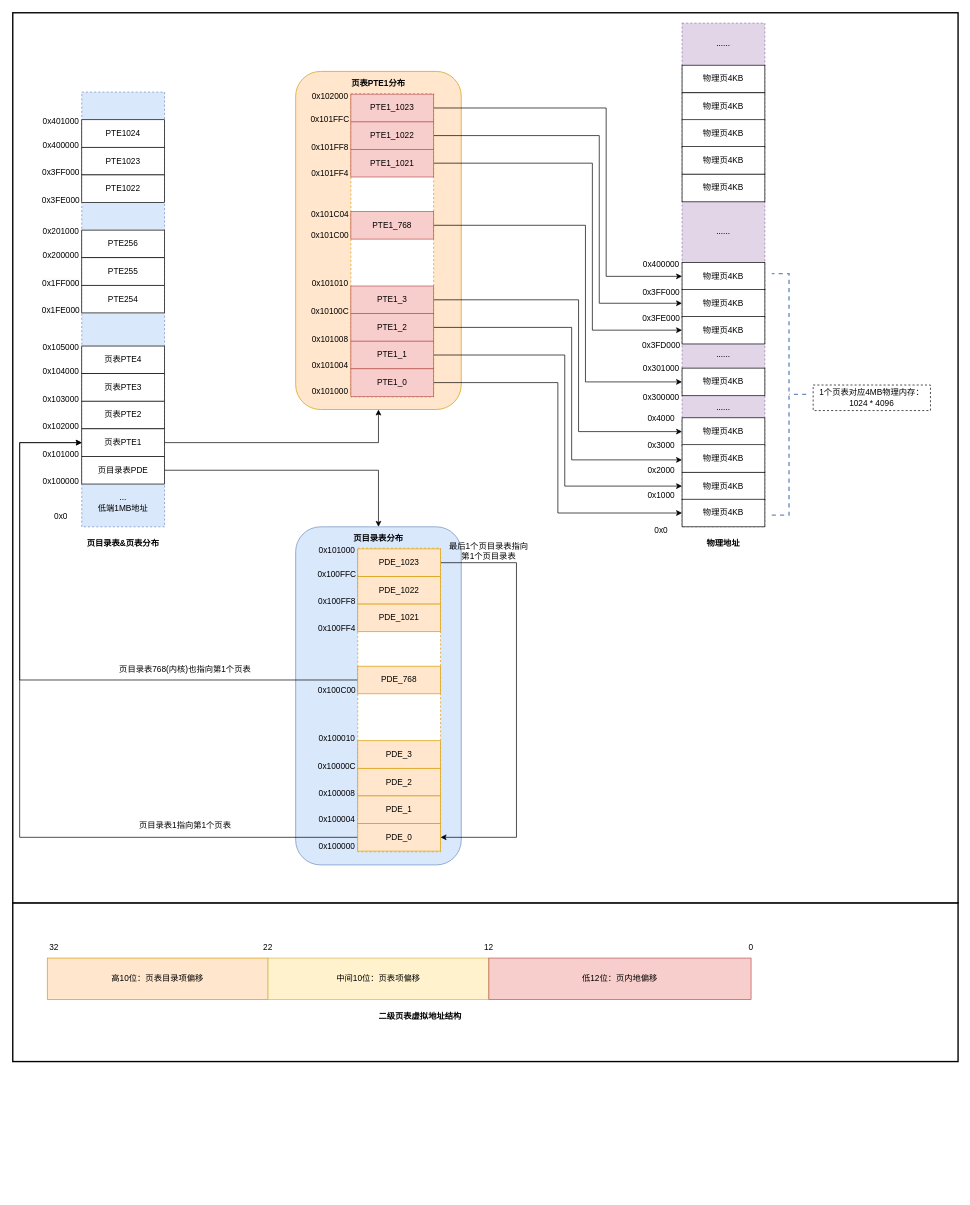
Atuboaabu/MyOS keeps this draw.io diagram as page "页表" (1 of 2) of 附录/操作系统.drawio. Above is the earlier version. Source tidied: cells renumbered, new cells numbered last; positions are measured from the earlier drawing's top-left corner, leaving out a move shared by most shapes. Both pictures are drawn from the tidied source at 69%, with x=0, y=0 at pixel (12, 12).
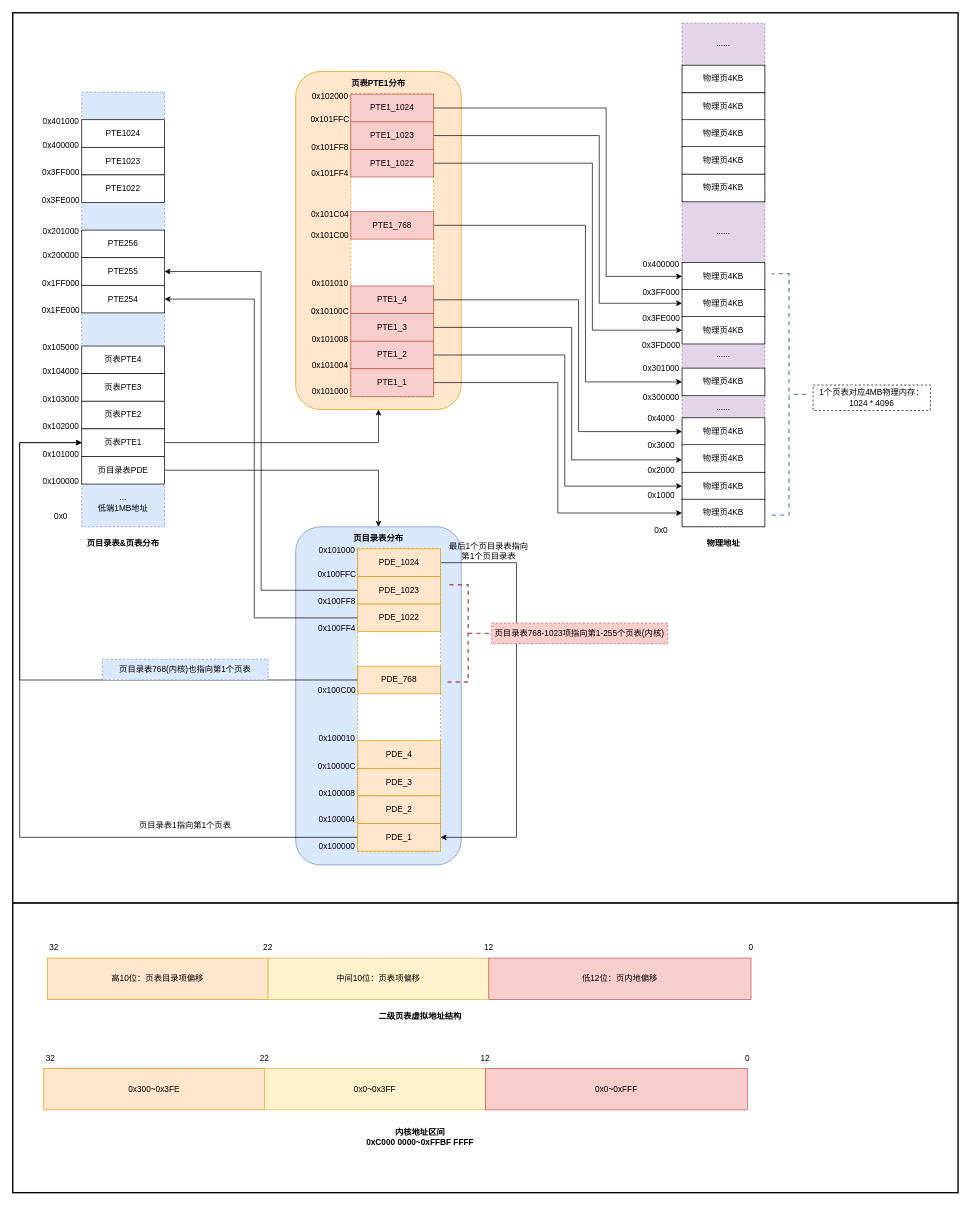
The same page after the edit.

Unchanged cells that the change refers to:
```xml
<mxCell id="12" value="PTE255" style="rounded=0;whiteSpace=wrap;html=1;shadow=0;" parent="1" vertex="1">
  <mxGeometry x="100" y="355" width="120" height="40" as="geometry" />
</mxCell>
<mxCell id="13" value="PTE254" style="rounded=0;whiteSpace=wrap;html=1;shadow=0;" parent="1" vertex="1">
  <mxGeometry x="100" y="395" width="120" height="40" as="geometry" />
</mxCell>
```

The edit, as a diff of the source:
```diff
@@
     <mxCell id="2" style="rounded=0;whiteSpace=wrap;html=1;strokeWidth=2;" parent="1" vertex="1">
-      <mxGeometry y="1290" width="1370" height="230" as="geometry" />
+      <mxGeometry y="1290" width="1370" height="420" as="geometry" />
     </mxCell>
@@
+    <mxCell id="132" style="edgeStyle=orthogonalEdgeStyle;rounded=0;jettySize=auto;html=1;entryX=1;entryY=0.5;entryDx=0;entryDy=0;" parent="1" edge="1" source="35" target="12">
+      <mxGeometry relative="1" as="geometry" />
+    </mxCell>
-    <mxCell id="35" value="PDE_1022" style="rounded=0;whiteSpace=wrap;html=1;shadow=0;fillColor=#ffe6cc;strokeColor=#d79b00;" parent="1" vertex="1">
+    <mxCell id="35" value="PDE_1023" style="rounded=0;whiteSpace=wrap;html=1;shadow=0;fillColor=#ffe6cc;strokeColor=#d79b00;" parent="1" vertex="1">
       <mxGeometry x="500" y="817" width="120" height="40" as="geometry" />
     </mxCell>
@@
-    <mxCell id="37" value="PDE_1023" style="rounded=0;whiteSpace=wrap;html=1;shadow=0;fillColor=#ffe6cc;strokeColor=#d79b00;" parent="1" vertex="1">
+    <mxCell id="37" value="PDE_1024" style="rounded=0;whiteSpace=wrap;html=1;shadow=0;fillColor=#ffe6cc;strokeColor=#d79b00;" parent="1" vertex="1">
       <mxGeometry x="500" y="777" width="120" height="40" as="geometry" />
     </mxCell>
+    <mxCell id="133" style="edgeStyle=orthogonalEdgeStyle;rounded=0;jettySize=auto;html=1;entryX=1;entryY=0.5;entryDx=0;entryDy=0;" parent="1" edge="1" source="38" target="13">
+      <mxGeometry relative="1" as="geometry">
+        <Array as="points">
+          <mxPoint x="350" y="877" />
+          <mxPoint x="350" y="415" />
+        </Array>
+      </mxGeometry>
+    </mxCell>
-    <mxCell id="38" value="PDE_1021" style="rounded=0;whiteSpace=wrap;html=1;shadow=0;fillColor=#ffe6cc;strokeColor=#d79b00;" parent="1" vertex="1">
+    <mxCell id="38" value="PDE_1022" style="rounded=0;whiteSpace=wrap;html=1;shadow=0;fillColor=#ffe6cc;strokeColor=#d79b00;" parent="1" vertex="1">
       <mxGeometry x="500" y="857" width="120" height="40" as="geometry" />
     </mxCell>
@@
-    <mxCell id="41" value="PDE_3" style="rounded=0;whiteSpace=wrap;html=1;shadow=0;fillColor=#ffe6cc;strokeColor=#d79b00;" parent="1" vertex="1">
+    <mxCell id="41" value="PDE_4" style="rounded=0;whiteSpace=wrap;html=1;shadow=0;fillColor=#ffe6cc;strokeColor=#d79b00;" parent="1" vertex="1">
       <mxGeometry x="500" y="1055" width="120" height="40" as="geometry" />
     </mxCell>
-    <mxCell id="42" value="PDE_2" style="rounded=0;whiteSpace=wrap;html=1;shadow=0;fillColor=#ffe6cc;strokeColor=#d79b00;" parent="1" vertex="1">
+    <mxCell id="42" value="PDE_3" style="rounded=0;whiteSpace=wrap;html=1;shadow=0;fillColor=#ffe6cc;strokeColor=#d79b00;" parent="1" vertex="1">
       <mxGeometry x="500" y="1095" width="120" height="40" as="geometry" />
     </mxCell>
-    <mxCell id="43" value="PDE_1" style="rounded=0;whiteSpace=wrap;html=1;shadow=0;fillColor=#ffe6cc;strokeColor=#d79b00;" parent="1" vertex="1">
+    <mxCell id="43" value="PDE_2" style="rounded=0;whiteSpace=wrap;html=1;shadow=0;fillColor=#ffe6cc;strokeColor=#d79b00;" parent="1" vertex="1">
       <mxGeometry x="500" y="1135" width="120" height="40" as="geometry" />
     </mxCell>
@@
-    <mxCell id="45" value="PDE_0" style="rounded=0;whiteSpace=wrap;html=1;shadow=0;fillColor=#ffe6cc;strokeColor=#d79b00;" parent="1" vertex="1">
+    <mxCell id="45" value="PDE_1" style="rounded=0;whiteSpace=wrap;html=1;shadow=0;fillColor=#ffe6cc;strokeColor=#d79b00;" parent="1" vertex="1">
       <mxGeometry x="500" y="1175" width="120" height="40" as="geometry" />
     </mxCell>
@@
-    <mxCell id="61" value="PTE1_1022" style="rounded=0;whiteSpace=wrap;html=1;shadow=0;fillColor=#f8cecc;strokeColor=#b85450;" parent="1" vertex="1">
+    <mxCell id="61" value="PTE1_1023" style="rounded=0;whiteSpace=wrap;html=1;shadow=0;fillColor=#f8cecc;strokeColor=#b85450;" parent="1" vertex="1">
       <mxGeometry x="490" y="158" width="120" height="40" as="geometry" />
     </mxCell>
@@
-    <mxCell id="63" value="PTE1_1023" style="rounded=0;whiteSpace=wrap;html=1;shadow=0;fillColor=#f8cecc;strokeColor=#b85450;" parent="1" vertex="1">
+    <mxCell id="63" value="PTE1_1024" style="rounded=0;whiteSpace=wrap;html=1;shadow=0;fillColor=#f8cecc;strokeColor=#b85450;" parent="1" vertex="1">
       <mxGeometry x="490" y="118" width="120" height="40" as="geometry" />
     </mxCell>
@@
-    <mxCell id="65" value="PTE1_1021" style="rounded=0;whiteSpace=wrap;html=1;shadow=0;fillColor=#f8cecc;strokeColor=#b85450;" parent="1" vertex="1">
+    <mxCell id="65" value="PTE1_1022" style="rounded=0;whiteSpace=wrap;html=1;shadow=0;fillColor=#f8cecc;strokeColor=#b85450;" parent="1" vertex="1">
       <mxGeometry x="490" y="198" width="120" height="40" as="geometry" />
     </mxCell>
@@
-    <mxCell id="69" value="PTE1_3" style="rounded=0;whiteSpace=wrap;html=1;shadow=0;fillColor=#f8cecc;strokeColor=#b85450;" parent="1" vertex="1">
+    <mxCell id="69" value="PTE1_4" style="rounded=0;whiteSpace=wrap;html=1;shadow=0;fillColor=#f8cecc;strokeColor=#b85450;" parent="1" vertex="1">
       <mxGeometry x="490" y="396" width="120" height="40" as="geometry" />
     </mxCell>
@@
-    <mxCell id="71" value="PTE1_2" style="rounded=0;whiteSpace=wrap;html=1;shadow=0;fillColor=#f8cecc;strokeColor=#b85450;" parent="1" vertex="1">
+    <mxCell id="71" value="PTE1_3" style="rounded=0;whiteSpace=wrap;html=1;shadow=0;fillColor=#f8cecc;strokeColor=#b85450;" parent="1" vertex="1">
       <mxGeometry x="490" y="436" width="120" height="40" as="geometry" />
     </mxCell>
@@
-    <mxCell id="73" value="PTE1_1" style="rounded=0;whiteSpace=wrap;html=1;shadow=0;fillColor=#f8cecc;strokeColor=#b85450;" parent="1" vertex="1">
+    <mxCell id="73" value="PTE1_2" style="rounded=0;whiteSpace=wrap;html=1;shadow=0;fillColor=#f8cecc;strokeColor=#b85450;" parent="1" vertex="1">
       <mxGeometry x="490" y="476" width="120" height="40" as="geometry" />
     </mxCell>
@@
-    <mxCell id="75" value="PTE1_0" style="rounded=0;whiteSpace=wrap;html=1;shadow=0;fillColor=#f8cecc;strokeColor=#b85450;" parent="1" vertex="1">
+    <mxCell id="75" value="PTE1_1" style="rounded=0;whiteSpace=wrap;html=1;shadow=0;fillColor=#f8cecc;strokeColor=#b85450;" parent="1" vertex="1">
       <mxGeometry x="490" y="516" width="120" height="40" as="geometry" />
     </mxCell>
@@
-    <mxCell id="113" value="页目录表768(内核)也指向第1个页表" style="text;html=1;align=center;verticalAlign=middle;whiteSpace=wrap;rounded=0;" parent="1" vertex="1">
+    <mxCell id="113" value="页目录表768(内核)也指向第1个页表" style="text;html=1;align=center;verticalAlign=middle;whiteSpace=wrap;rounded=0;strokeColor=#6c8ebf;dashed=1;fillColor=#dae8fc;" parent="1" vertex="1">
       <mxGeometry x="130" y="937" width="240" height="30" as="geometry" />
     </mxCell>
@@
+    <mxCell id="134" value="页目录表768-1023项指向第1-255个页表(内核)" style="text;html=1;align=center;verticalAlign=middle;whiteSpace=wrap;rounded=0;strokeColor=#b85450;dashed=1;fillColor=#f8cecc;" parent="1" vertex="1">
+      <mxGeometry x="694" y="884.5" width="255" height="30" as="geometry" />
+    </mxCell>
+    <mxCell id="135" style="strokeWidth=2;html=1;shape=mxgraph.flowchart.annotation_2;align=left;labelPosition=right;rotation=-180;dashed=1;fillColor=#f8cecc;strokeColor=#b85450;" parent="1" vertex="1">
+      <mxGeometry x="630" y="829" width="60" height="141" as="geometry" />
+    </mxCell>
+    <mxCell id="136" value="0x300~0x3FE" style="rounded=0;whiteSpace=wrap;html=1;fillColor=#ffe6cc;strokeColor=#d79b00;" parent="1" vertex="1">
+      <mxGeometry x="45" y="1530" width="320" height="60" as="geometry" />
+    </mxCell>
+    <mxCell id="137" value="0x0~0x3FF" style="rounded=0;whiteSpace=wrap;html=1;fillColor=#fff2cc;strokeColor=#d6b656;" parent="1" vertex="1">
+      <mxGeometry x="365" y="1530" width="320" height="60" as="geometry" />
+    </mxCell>
+    <mxCell id="138" value="0x0~0xFFF" style="rounded=0;whiteSpace=wrap;html=1;fillColor=#f8cecc;strokeColor=#b85450;" parent="1" vertex="1">
+      <mxGeometry x="685" y="1530" width="380" height="60" as="geometry" />
+    </mxCell>
+    <mxCell id="139" value="0" style="text;html=1;align=center;verticalAlign=middle;whiteSpace=wrap;rounded=0;" parent="1" vertex="1">
+      <mxGeometry x="1035" y="1500" width="60" height="30" as="geometry" />
+    </mxCell>
+    <mxCell id="140" value="12" style="text;html=1;align=center;verticalAlign=middle;whiteSpace=wrap;rounded=0;" parent="1" vertex="1">
+      <mxGeometry x="655" y="1500" width="60" height="30" as="geometry" />
+    </mxCell>
+    <mxCell id="141" value="22" style="text;html=1;align=center;verticalAlign=middle;whiteSpace=wrap;rounded=0;" parent="1" vertex="1">
+      <mxGeometry x="335" y="1500" width="60" height="30" as="geometry" />
+    </mxCell>
+    <mxCell id="142" value="32" style="text;html=1;align=center;verticalAlign=middle;whiteSpace=wrap;rounded=0;" parent="1" vertex="1">
+      <mxGeometry x="25" y="1500" width="60" height="30" as="geometry" />
+    </mxCell>
+    <mxCell id="143" value="&lt;b&gt;内核地址区间&lt;/b&gt;&lt;div&gt;&lt;b&gt;0xC000 0000~0xFFBF FFFF&lt;/b&gt;&lt;/div&gt;" style="text;html=1;align=center;verticalAlign=middle;whiteSpace=wrap;rounded=0;" parent="1" vertex="1">
+      <mxGeometry x="498.8" y="1600" width="182.5" height="60" as="geometry" />
+    </mxCell>
```
